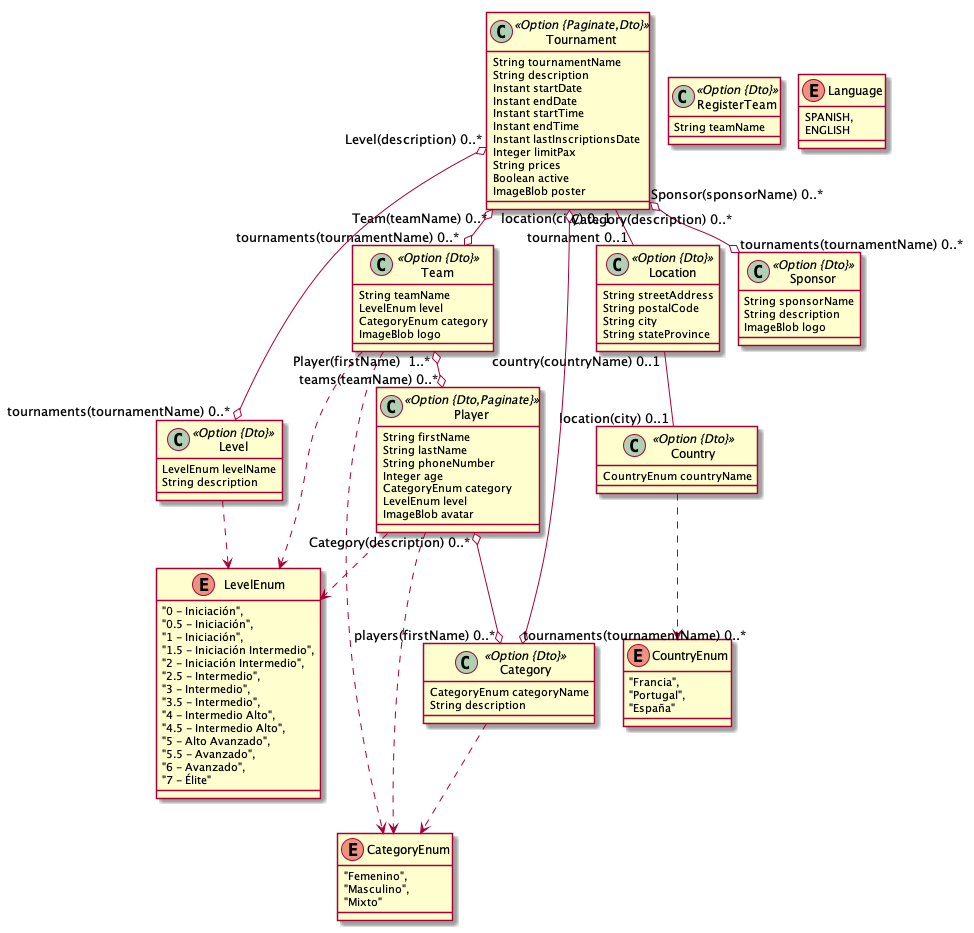
The PlantUML diagram padel-tm-app-gpt.png in jjsanbra/padelTMApp, before a commit.
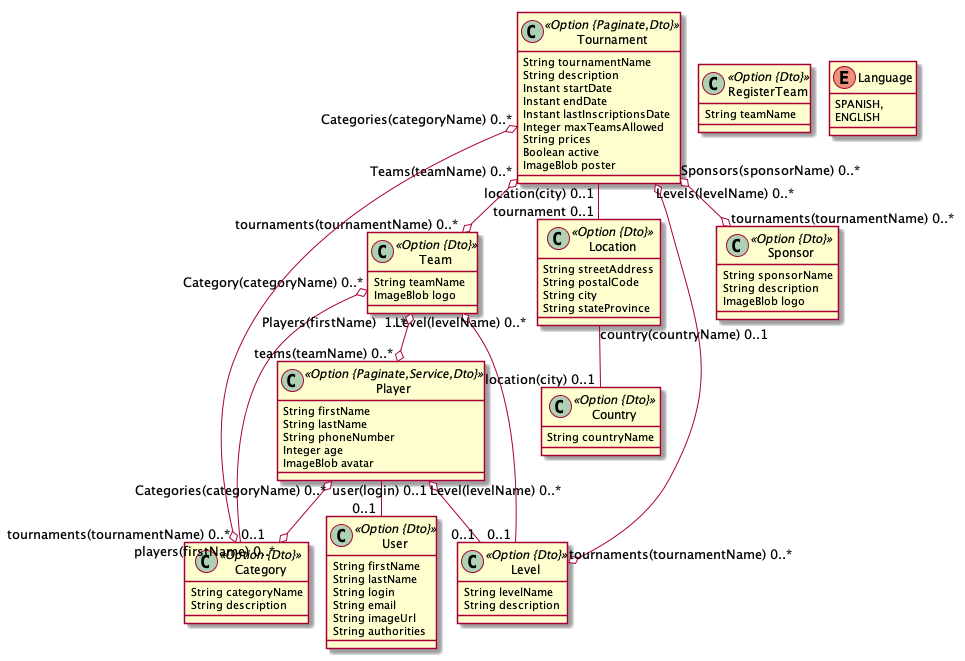
The same file after the commit.

The edit, as a diff of the source:
```diff
@@ -6,33 +6,23 @@
 		String description
 		Instant startDate
 		Instant endDate
-		Instant startTime
-		Instant endTime
 		Instant lastInscriptionsDate
-		Integer limitPax
+		Integer maxTeamsAllowed
 		String prices
 		Boolean active
 		ImageBlob poster
 	}
-	class Player <<Option {Dto,Paginate}>> {
+	class Player <<Option {Paginate,Service,Dto}>> {
 		String firstName
 		String lastName
 		String phoneNumber
 		Integer age
-		CategoryEnum category
-		LevelEnum level
 		ImageBlob avatar
 	}
-	Player ..> CategoryEnum
-	Player ..> LevelEnum
 	class Team <<Option {Dto}>> {
 		String teamName
-		LevelEnum level
-		CategoryEnum category
 		ImageBlob logo
 	}
-	Team ..> LevelEnum
-	Team ..> CategoryEnum
 	class RegisterTeam <<Option {Dto}>> {
 		String teamName
 	}
@@ -43,19 +33,16 @@
 		String stateProvince
 	}
 	class Country <<Option {Dto}>> {
-		CountryEnum countryName
+		String countryName
 	}
-	Country ..> CountryEnum
 	class Category <<Option {Dto}>> {
-		CategoryEnum categoryName
+		String categoryName
 		String description
 	}
-	Category ..> CategoryEnum
 	class Level <<Option {Dto}>> {
-		LevelEnum levelName
+		String levelName
 		String description
 	}
-	Level ..> LevelEnum
 	class Sponsor <<Option {Dto}>> {
 		String sponsorName
 		String description
@@ -65,38 +52,24 @@
 		SPANISH,
 		ENGLISH
 	}
-	enum LevelEnum {
-		"0 - Iniciación",
-		"0.5 - Iniciación",
-		"1 - Iniciación",
-		"1.5 - Iniciación Intermedio",
-		"2 - Iniciación Intermedio",
-		"2.5 - Intermedio",
-		"3 - Intermedio",
-		"3.5 - Intermedio",
-		"4 - Intermedio Alto",
-		"4.5 - Intermedio Alto",
-		"5 - Alto Avanzado",
-		"5.5 - Avanzado",
-		"6 - Avanzado",
-		"7 - Élite"
-	}
-	enum CategoryEnum {
-		"Femenino",
-		"Masculino",
-		"Mixto"
-	}
-	enum CountryEnum {
-		"Francia",
-		"Portugal",
-		"España"
-	}
 	Tournament  "location(city) 0..1 " -- "tournament 0..1 "  Location
 	Location  "country(countryName) 0..1 " -- "location(city) 0..1 "  Country
-	Tournament  "Sponsor(sponsorName) 0..* " o--o "tournaments(tournamentName) 0..* "  Sponsor
-	Tournament  "Team(teamName) 0..* " o--o "tournaments(tournamentName) 0..* "  Team
-	Tournament  "Category(description) 0..* " o--o "tournaments(tournamentName) 0..* "  Category
-	Tournament  "Level(description) 0..* " o--o "tournaments(tournamentName) 0..* "  Level
-	Team  "Player(firstName)  1..* " o--o "teams(teamName) 0..* "  Player
-	Player  "Category(description) 0..* " o--o "players(firstName) 0..* "  Category
+	Player  "user(login) 0..1 " -- "0..1 "  User
+	Player  "Level(levelName) 0..* " o-- "0..1 "  Level
+	Team  "Level(levelName) 0..* " o-- "0..1 "  Level
+	Team  "Category(categoryName) 0..* " o-- "0..1 "  Category
+	Tournament  "Sponsors(sponsorName) 0..* " o--o "tournaments(tournamentName) 0..* "  Sponsor
+	Tournament  "Teams(teamName) 0..* " o--o "tournaments(tournamentName) 0..* "  Team
+	Tournament  "Categories(categoryName) 0..* " o--o "tournaments(tournamentName) 0..* "  Category
+	Tournament  "Levels(levelName) 0..* " o--o "tournaments(tournamentName) 0..* "  Level
+	Team  "Players(firstName)  1..* " o--o "teams(teamName) 0..* "  Player
+	Player  "Categories(categoryName) 0..* " o--o "players(firstName) 0..* "  Category
+	class User <<Option {Dto}>> {
+		String firstName
+		String lastName
+		String login
+		String email
+		String imageUrl
+		String authorities
+	}
 @enduml
```
